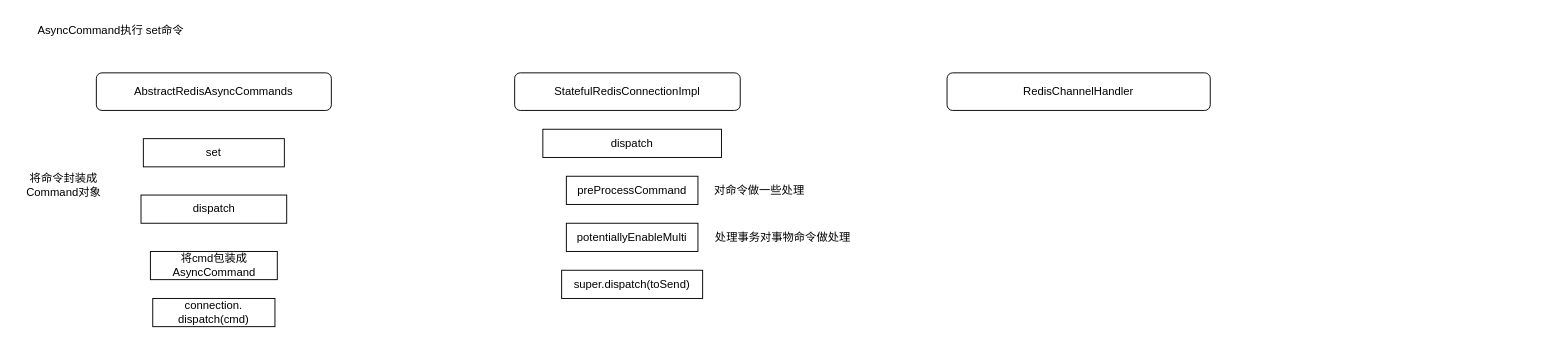
The draw.io diagram lettuce底层源码.drawio in Ordertiny/graph, before the edit. Source tidied: cells renumbered, new cells numbered last; positions are measured from the earlier drawing's top-left corner, leaving out a move shared by most shapes. Both pictures are drawn from the tidied source at 94%, with x=0, y=0 at pixel (16, 16).
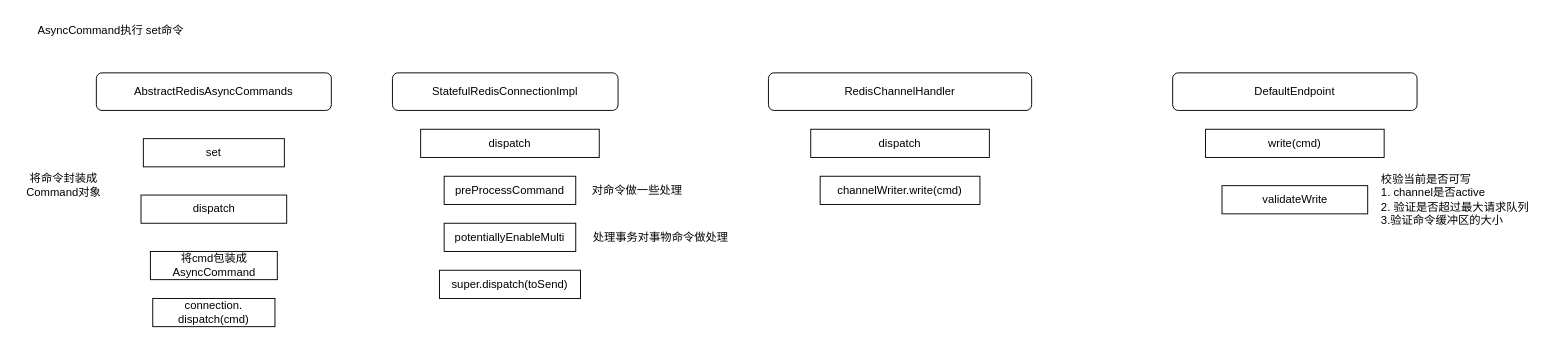
Above is the later version.

Commit message:
更新lettuce底层源码.drawio

The edit, as a diff of the source:
```diff
@@
     <mxCell id="8" value="StatefulRedisConnectionImpl" style="rounded=1;whiteSpace=wrap;html=1;" parent="1" vertex="1">
-      <mxGeometry x="530" y="60" width="240" height="40" as="geometry" />
+      <mxGeometry x="400" y="60" width="240" height="40" as="geometry" />
     </mxCell>
     <mxCell id="9" value="dispatch" style="whiteSpace=wrap;html=1;" parent="1" vertex="1">
-      <mxGeometry x="560" y="120" width="190" height="30" as="geometry" />
+      <mxGeometry x="430" y="120" width="190" height="30" as="geometry" />
     </mxCell>
     <mxCell id="10" value="preProcessCommand" style="whiteSpace=wrap;html=1;" parent="1" vertex="1">
-      <mxGeometry x="585" y="170" width="140" height="30" as="geometry" />
+      <mxGeometry x="455" y="170" width="140" height="30" as="geometry" />
     </mxCell>
     <mxCell id="11" value="对命令做一些处理" style="text;html=1;align=center;verticalAlign=middle;strokeColor=none;fillColor=none;" parent="1" vertex="1">
-      <mxGeometry x="730" y="170" width="120" height="30" as="geometry" />
+      <mxGeometry x="600" y="170" width="120" height="30" as="geometry" />
     </mxCell>
     <mxCell id="12" value="potentiallyEnableMulti" style="whiteSpace=wrap;html=1;" parent="1" vertex="1">
-      <mxGeometry x="585" y="220" width="140" height="30" as="geometry" />
+      <mxGeometry x="455" y="220" width="140" height="30" as="geometry" />
     </mxCell>
@@
     <mxCell id="14" value="处理事务对事物命令做处理" style="text;html=1;align=center;verticalAlign=middle;strokeColor=none;fillColor=none;" parent="1" vertex="1">
-      <mxGeometry x="730" y="220" width="170" height="30" as="geometry" />
+      <mxGeometry x="600" y="220" width="170" height="30" as="geometry" />
     </mxCell>
     <mxCell id="15" value="super.dispatch(toSend)" style="whiteSpace=wrap;html=1;" parent="1" vertex="1">
-      <mxGeometry x="580" y="270" width="150" height="30" as="geometry" />
+      <mxGeometry x="450" y="270" width="150" height="30" as="geometry" />
     </mxCell>
     <mxCell id="16" value="RedisChannelHandler" style="rounded=1;whiteSpace=wrap;html=1;" parent="1" vertex="1">
-      <mxGeometry x="990" y="60" width="280" height="40" as="geometry" />
+      <mxGeometry x="800" y="60" width="280" height="40" as="geometry" />
     </mxCell>
+    <mxCell id="17" value="dispatch" style="whiteSpace=wrap;html=1;" parent="1" vertex="1">
+      <mxGeometry x="845" y="120" width="190" height="30" as="geometry" />
+    </mxCell>
+    <mxCell id="18" value="channelWriter.write(cmd)" style="whiteSpace=wrap;html=1;" parent="1" vertex="1">
+      <mxGeometry x="855" y="170" width="170" height="30" as="geometry" />
+    </mxCell>
+    <mxCell id="19" value="DefaultEndpoint" style="rounded=1;whiteSpace=wrap;html=1;" parent="1" vertex="1">
+      <mxGeometry x="1230" y="60" width="260" height="40" as="geometry" />
+    </mxCell>
+    <mxCell id="20" value="write(cmd)" style="rounded=0;whiteSpace=wrap;html=1;" parent="1" vertex="1">
+      <mxGeometry x="1265" y="120" width="190" height="30" as="geometry" />
+    </mxCell>
+    <mxCell id="21" value="validateWrite" style="whiteSpace=wrap;html=1;" parent="1" vertex="1">
+      <mxGeometry x="1282.5" y="180" width="155" height="30" as="geometry" />
+    </mxCell>
+    <mxCell id="22" value="校验当前是否可写&lt;br&gt;1. channel是否active&lt;br&gt;2. 验证是否超过最大请求队列&lt;br&gt;3.验证命令缓冲区的大小" style="text;html=1;align=left;verticalAlign=middle;strokeColor=none;fillColor=none;" parent="1" vertex="1">
+      <mxGeometry x="1450" y="160" width="180" height="70" as="geometry" />
+    </mxCell>
```
